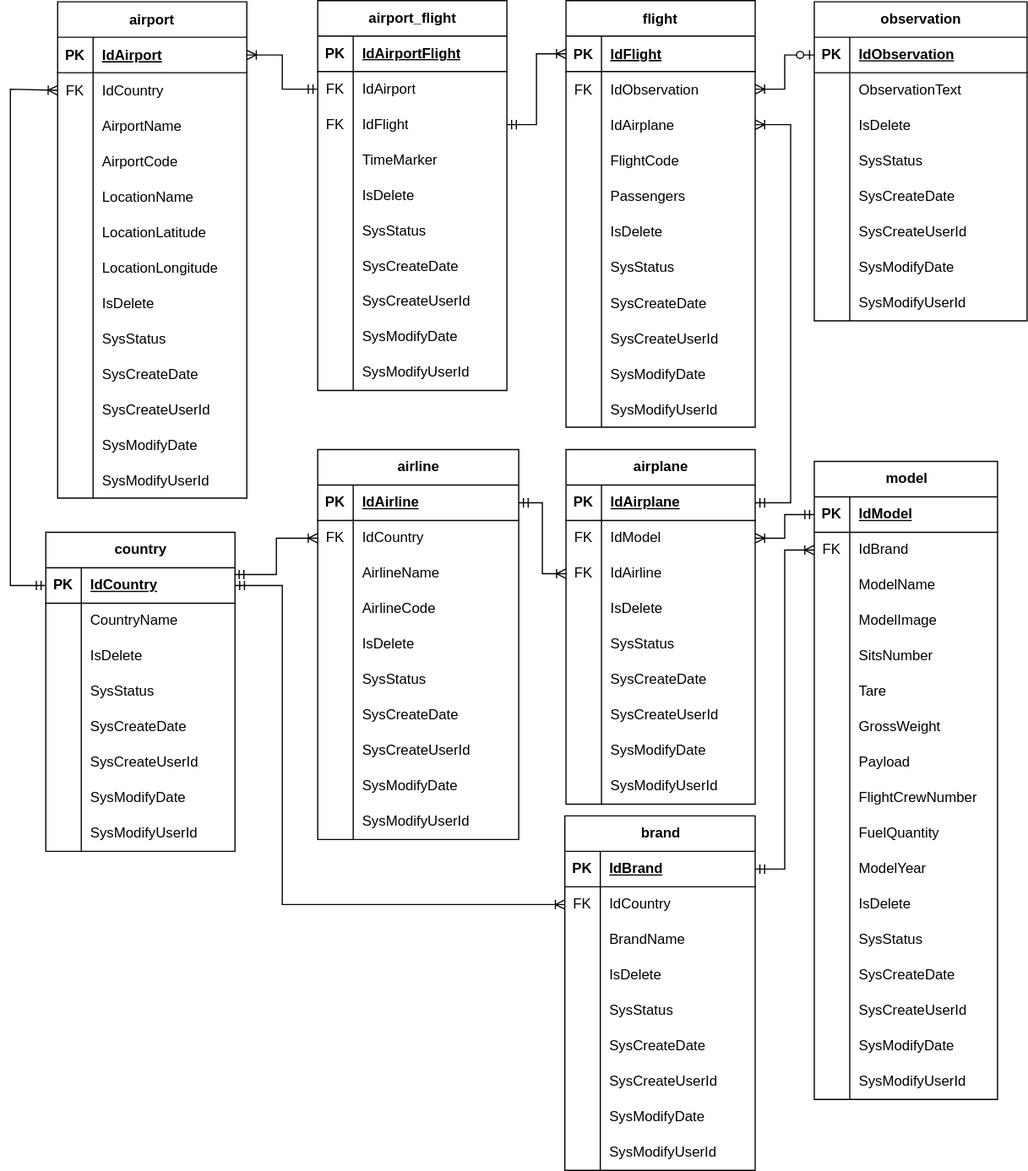
The draw.io diagram DER.drawio.svg in DanielDuarte-Developer/ProjetoBDFlightRadar, before a commit. Source tidied: cells renumbered, new cells last; positions are measured from the earlier drawing's top-left corner, leaving out a move shared by most shapes.
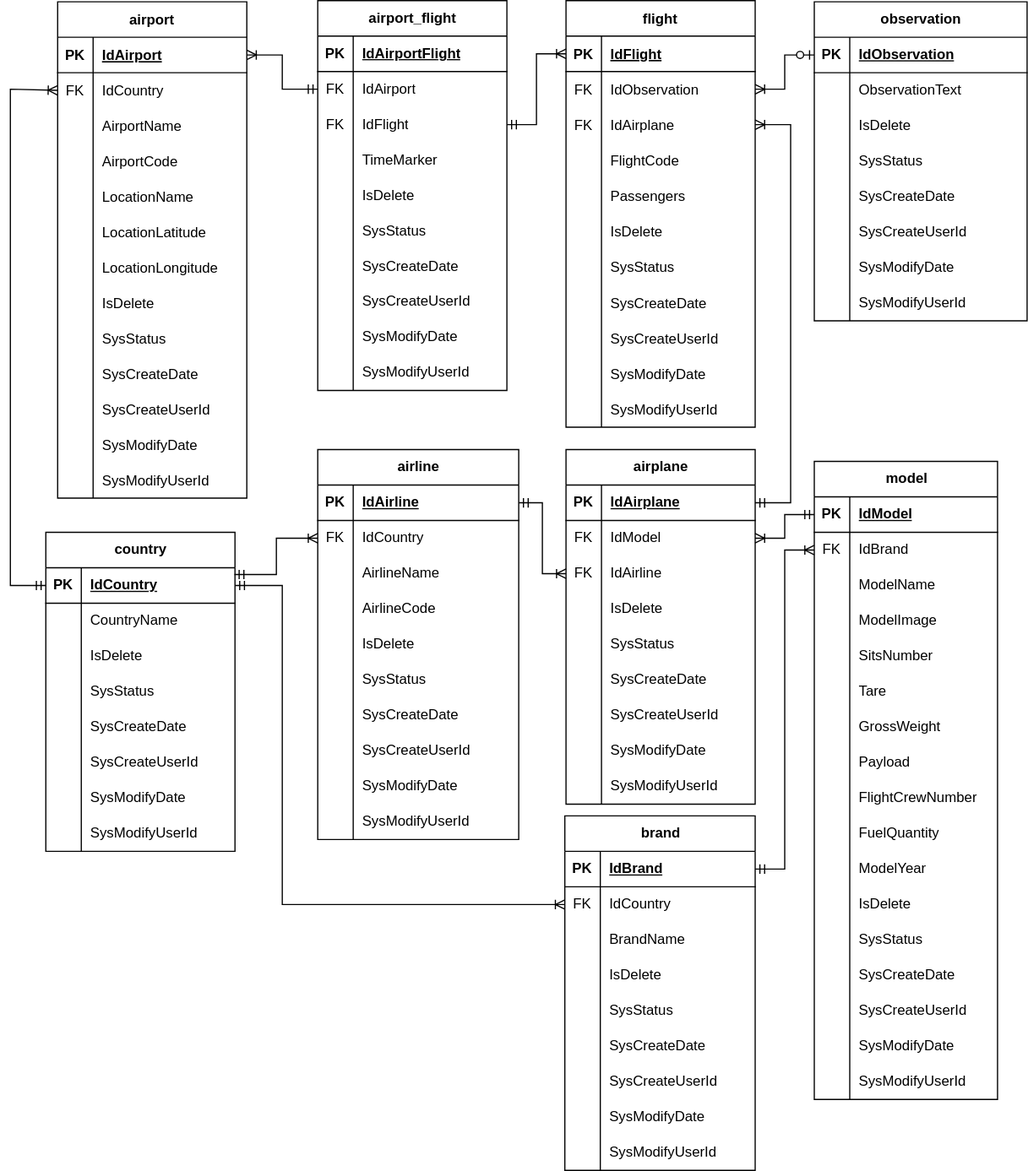
The same file after the commit.

Commit message:
ER Diagram fixed missing FK

Diff of the diagram source:
```diff
@@ -26,7 +26,7 @@
     <mxCell id="9" style="shape=partialRectangle;fillColor=none;points=[[0,0.5],[1,0.5]];portConstraint=eastwest;top=0;left=0;right=0;bottom=0;" parent="2" vertex="1">
       <mxGeometry y="90" width="160" height="30" as="geometry" />
     </mxCell>
-    <mxCell id="10" style="shape=partialRectangle;overflow=hidden;fillColor=none;top=0;left=0;bottom=0;right=0;" parent="9" vertex="1">
+    <mxCell id="10" value="FK" style="shape=partialRectangle;overflow=hidden;fillColor=none;top=0;left=0;bottom=0;right=0;" parent="9" vertex="1">
       <mxGeometry width="30" height="30" as="geometry" />
     </mxCell>
     <mxCell id="11" value="IdAirplane" style="shape=partialRectangle;overflow=hidden;fillColor=none;top=0;left=0;bottom=0;right=0;align=left;spacingLeft=6;" parent="9" vertex="1">
```
